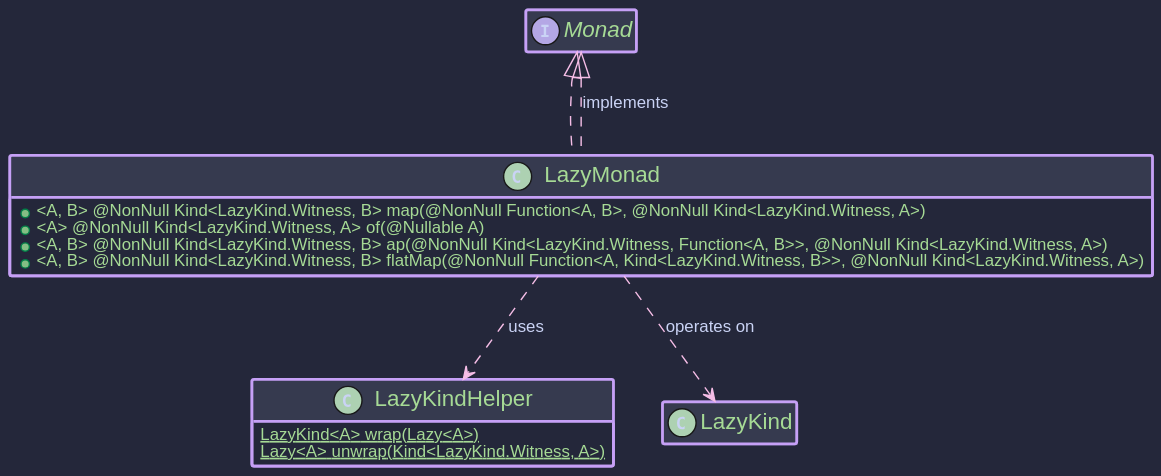
higher-kinded-j/higher-kinded-j keeps this PlantUML diagram as hkj-book/src/images/puml/lazy_monad.svg. Above is the earlier version.
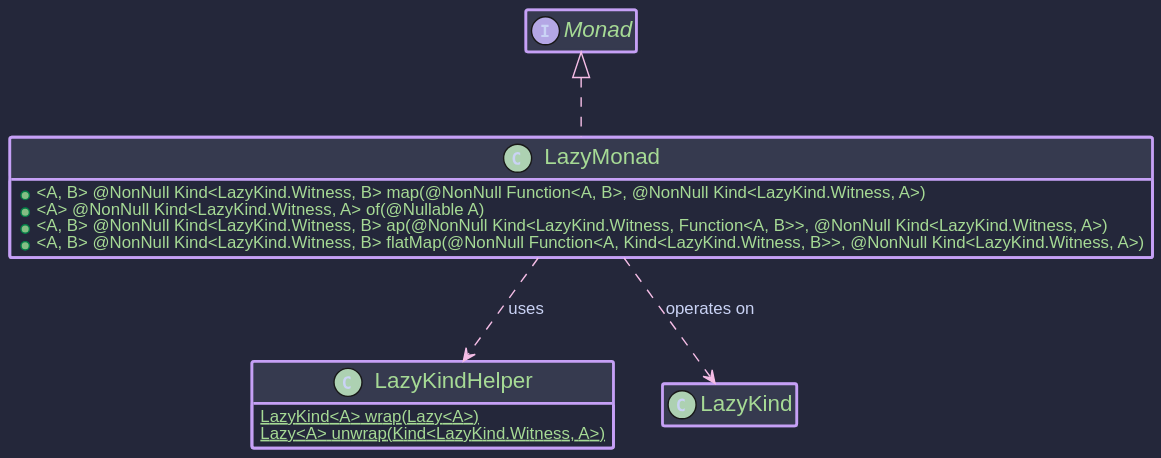
The same diagram one commit later.

What changed in the source:
```diff
@@ -16,7 +16,7 @@
  + <A, B> @NonNull Kind<LazyKind.Witness, B> flatMap(@NonNull Function<A, Kind<LazyKind.Witness, B>>, @NonNull Kind<LazyKind.Witness, A>)
 }
 
-LazyMonad .u.|> Monad : implements
+
 LazyMonad ..> LazyKindHelper : uses
 LazyMonad ..> LazyKind : operates on
 @enduml
```
